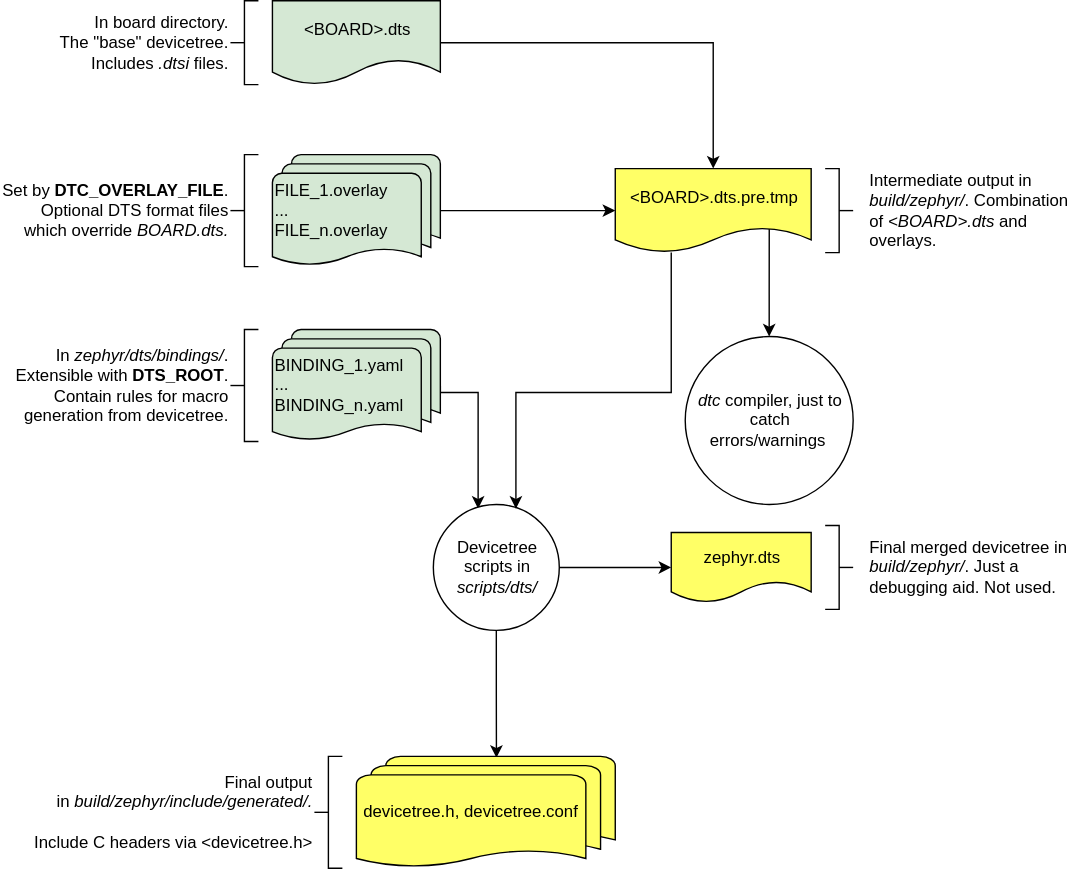
Before: doc/guides/dts/zephyr_dt_inputs_outputs.svg, a diagram exported from draw.io (phytec/zephyr-phytec). Source tidied: cells renumbered, new cells last; positions are measured from the earlier drawing's top-left corner, leaving out a move shared by most shapes. Its diagram source:
```xml
<mxGraphModel>
  <root>
    <mxCell id="0" />
    <mxCell id="1" parent="0" />
    <mxCell id="2" style="edgeStyle=orthogonalEdgeStyle;rounded=0;jettySize=auto;html=1;" parent="1" edge="1" source="3" target="20">
      <mxGeometry relative="1" as="geometry" />
    </mxCell>
    <mxCell id="3" value="&lt;div&gt;FILE_1.overlay&lt;/div&gt;&lt;div&gt;...&lt;/div&gt;&lt;div&gt;FILE_n.overlay&lt;br&gt;&lt;/div&gt;" style="strokeWidth=1;html=1;shape=mxgraph.flowchart.multi-document;whiteSpace=wrap;shadow=0;align=left;fillColor=#d5e8d4;strokeColor=#000000;" parent="1" vertex="1">
      <mxGeometry x="30" y="110" width="120" height="80" as="geometry" />
    </mxCell>
    <mxCell id="4" value="&lt;div&gt;Set by &lt;b&gt;DTC_OVERLAY_FILE&lt;/b&gt;.&lt;/div&gt;&lt;div&gt;Optional DTS format files&lt;/div&gt;&lt;div&gt;which override &lt;i&gt;BOARD.dts.&lt;/i&gt;&lt;br&gt;&lt;/div&gt;" style="strokeWidth=1;html=1;shape=mxgraph.flowchart.annotation_2;align=right;labelPosition=left;shadow=0;" parent="1" vertex="1">
      <mxGeometry y="110" width="20" height="80" as="geometry" />
    </mxCell>
    <mxCell id="5" value="&lt;div&gt;In  board directory.&lt;/div&gt;The &quot;base&quot; devicetree.&lt;div&gt;Includes &lt;i&gt;.dtsi&lt;/i&gt; files.&lt;br&gt;&lt;/div&gt;" style="strokeWidth=1;html=1;shape=mxgraph.flowchart.annotation_2;align=right;labelPosition=left;shadow=0;" parent="1" vertex="1">
      <mxGeometry width="20" height="60" as="geometry" />
    </mxCell>
    <mxCell id="6" style="edgeStyle=orthogonalEdgeStyle;rounded=0;jettySize=auto;html=1;entryX=0.5;entryY=0;entryDx=0;entryDy=0;" parent="1" edge="1" source="7" target="20">
      <mxGeometry relative="1" as="geometry" />
    </mxCell>
    <mxCell id="7" value="&amp;lt;BOARD&amp;gt;.dts" style="shape=document;whiteSpace=wrap;html=1;boundedLbl=1;shadow=0;strokeWidth=1;fillColor=#d5e8d4;strokeColor=#000000;" parent="1" vertex="1">
      <mxGeometry x="30" width="120" height="60" as="geometry" />
    </mxCell>
    <mxCell id="8" style="edgeStyle=orthogonalEdgeStyle;rounded=0;jettySize=auto;html=1;exitX=1;exitY=0.5;exitDx=0;exitDy=0;exitPerimeter=0;entryX=0.356;entryY=0.033;entryDx=0;entryDy=0;entryPerimeter=0;" parent="1" edge="1" source="9" target="13">
      <mxGeometry relative="1" as="geometry">
        <Array as="points">
          <mxPoint x="150" y="280" />
          <mxPoint x="177" y="280" />
        </Array>
      </mxGeometry>
    </mxCell>
    <mxCell id="9" value="&lt;div&gt;BINDING_1.yaml&lt;/div&gt;&lt;div&gt;...&lt;/div&gt;&lt;div&gt;BINDING_n.yaml&lt;br&gt;&lt;/div&gt;" style="strokeWidth=1;html=1;shape=mxgraph.flowchart.multi-document;whiteSpace=wrap;shadow=0;align=left;fillColor=#D5E8D4;strokeColor=#000000;" parent="1" vertex="1">
      <mxGeometry x="30" y="235" width="120" height="80" as="geometry" />
    </mxCell>
    <mxCell id="10" value="&lt;div&gt;In &lt;i&gt;zephyr/dts/bindings/&lt;/i&gt;.&lt;/div&gt;&lt;div&gt;Extensible with &lt;b&gt;DTS_ROOT&lt;/b&gt;.&lt;/div&gt;&lt;div&gt;Contain rules for macro&lt;/div&gt;&lt;div&gt;generation from devicetree.&lt;/div&gt;" style="strokeWidth=1;html=1;shape=mxgraph.flowchart.annotation_2;align=right;labelPosition=left;shadow=0;" parent="1" vertex="1">
      <mxGeometry y="235" width="20" height="80" as="geometry" />
    </mxCell>
    <mxCell id="11" style="edgeStyle=orthogonalEdgeStyle;rounded=0;jettySize=auto;html=1;" parent="1" edge="1" source="13" target="21">
      <mxGeometry relative="1" as="geometry" />
    </mxCell>
    <mxCell id="12" style="edgeStyle=orthogonalEdgeStyle;rounded=0;jettySize=auto;html=1;entryX=0.541;entryY=0.013;entryDx=0;entryDy=0;entryPerimeter=0;" parent="1" edge="1" source="13" target="17">
      <mxGeometry relative="1" as="geometry" />
    </mxCell>
    <mxCell id="13" value="&lt;div&gt;Devicetree scripts in &lt;i&gt;scripts/dts/&lt;/i&gt;&lt;/div&gt;" style="ellipse;whiteSpace=wrap;html=1;shadow=0;strokeWidth=1;align=center;" parent="1" vertex="1">
      <mxGeometry x="145" y="360" width="90" height="90" as="geometry" />
    </mxCell>
    <mxCell id="14" style="strokeWidth=1;html=1;shape=mxgraph.flowchart.annotation_2;align=left;labelPosition=right;shadow=0;direction=west;" parent="1" vertex="1">
      <mxGeometry x="425" y="120" width="20" height="60" as="geometry" />
    </mxCell>
    <mxCell id="15" value="&lt;div&gt;Intermediate output in &lt;i&gt;build/zephyr/&lt;/i&gt;.&amp;nbsp;Combination of &lt;i&gt;&amp;lt;BOARD&amp;gt;.dts&lt;/i&gt; and overlays.&lt;/div&gt;" style="text;html=1;strokeColor=none;fillColor=none;align=left;verticalAlign=middle;whiteSpace=wrap;rounded=0;shadow=0;" parent="1" vertex="1">
      <mxGeometry x="455" y="140" width="150" height="20" as="geometry" />
    </mxCell>
    <mxCell id="16" value="&lt;div&gt;Final output&lt;br&gt;&lt;/div&gt;&lt;div&gt;in &lt;i&gt;build/zephyr/include/generated/.&lt;/i&gt;&lt;/div&gt;&lt;div&gt;&lt;br&gt;&lt;/div&gt;&lt;div&gt;Include C headers via&amp;nbsp;&lt;span&gt;&amp;lt;devicetree.h&amp;gt;&lt;/span&gt;&lt;/div&gt;" style="strokeWidth=1;html=1;shape=mxgraph.flowchart.annotation_2;align=right;labelPosition=left;shadow=0;" parent="1" vertex="1">
      <mxGeometry x="60" y="540" width="20" height="80" as="geometry" />
    </mxCell>
    <mxCell id="17" value="&lt;div&gt;&amp;nbsp;devicetree.h, devicetree.conf&lt;/div&gt;" style="strokeWidth=1;html=1;shape=mxgraph.flowchart.multi-document;whiteSpace=wrap;shadow=0;align=left;fillColor=#FFFF66;strokeColor=#000000;" parent="1" vertex="1">
      <mxGeometry x="90" y="540" width="185" height="80" as="geometry" />
    </mxCell>
    <mxCell id="18" style="edgeStyle=orthogonalEdgeStyle;rounded=0;jettySize=auto;html=1;entryX=0.656;entryY=0.033;entryDx=0;entryDy=0;entryPerimeter=0;" parent="1" edge="1" source="20" target="13">
      <mxGeometry relative="1" as="geometry">
        <Array as="points">
          <mxPoint x="315" y="280" />
          <mxPoint x="204" y="280" />
        </Array>
      </mxGeometry>
    </mxCell>
    <mxCell id="19" style="edgeStyle=orthogonalEdgeStyle;rounded=0;jettySize=auto;html=1;entryX=0.5;entryY=0;entryDx=0;entryDy=0;exitX=0.786;exitY=0.717;exitDx=0;exitDy=0;exitPerimeter=0;" parent="1" edge="1" source="20" target="24">
      <mxGeometry relative="1" as="geometry" />
    </mxCell>
    <mxCell id="20" value="&lt;div&gt;&amp;lt;BOARD&amp;gt;.dts.pre.tmp&lt;br&gt;&lt;/div&gt;" style="shape=document;whiteSpace=wrap;html=1;boundedLbl=1;shadow=0;strokeWidth=1;labelBorderColor=none;labelBackgroundColor=none;fillColor=#FFFF66;" parent="1" vertex="1">
      <mxGeometry x="275" y="120" width="140" height="60" as="geometry" />
    </mxCell>
    <mxCell id="21" value="&lt;div&gt;zephyr.dts&lt;br&gt;&lt;/div&gt;" style="shape=document;whiteSpace=wrap;html=1;boundedLbl=1;shadow=0;strokeWidth=1;labelBorderColor=none;labelBackgroundColor=none;fillColor=#FFFF66;" parent="1" vertex="1">
      <mxGeometry x="315" y="380" width="100" height="50" as="geometry" />
    </mxCell>
    <mxCell id="22" style="strokeWidth=1;html=1;shape=mxgraph.flowchart.annotation_2;align=left;labelPosition=right;shadow=0;direction=west;" parent="1" vertex="1">
      <mxGeometry x="425" y="375" width="20" height="60" as="geometry" />
    </mxCell>
    <mxCell id="23" value="Final merged devicetree in&lt;br&gt;&lt;i&gt;build/zephyr/&lt;/i&gt;. Just a debugging aid. Not used." style="text;html=1;strokeColor=none;fillColor=none;align=left;verticalAlign=middle;whiteSpace=wrap;rounded=0;shadow=0;" parent="1" vertex="1">
      <mxGeometry x="455" y="395" width="150" height="20" as="geometry" />
    </mxCell>
    <mxCell id="24" value="&lt;div&gt;&lt;i&gt;dtc&lt;/i&gt;&amp;nbsp;compiler, just to catch errors/warnings&amp;nbsp;&lt;/div&gt;" style="ellipse;whiteSpace=wrap;html=1;shadow=0;strokeWidth=1;align=center;" parent="1" vertex="1">
      <mxGeometry x="325" y="240" width="120" height="120" as="geometry" />
    </mxCell>
  </root>
</mxGraphModel>
```
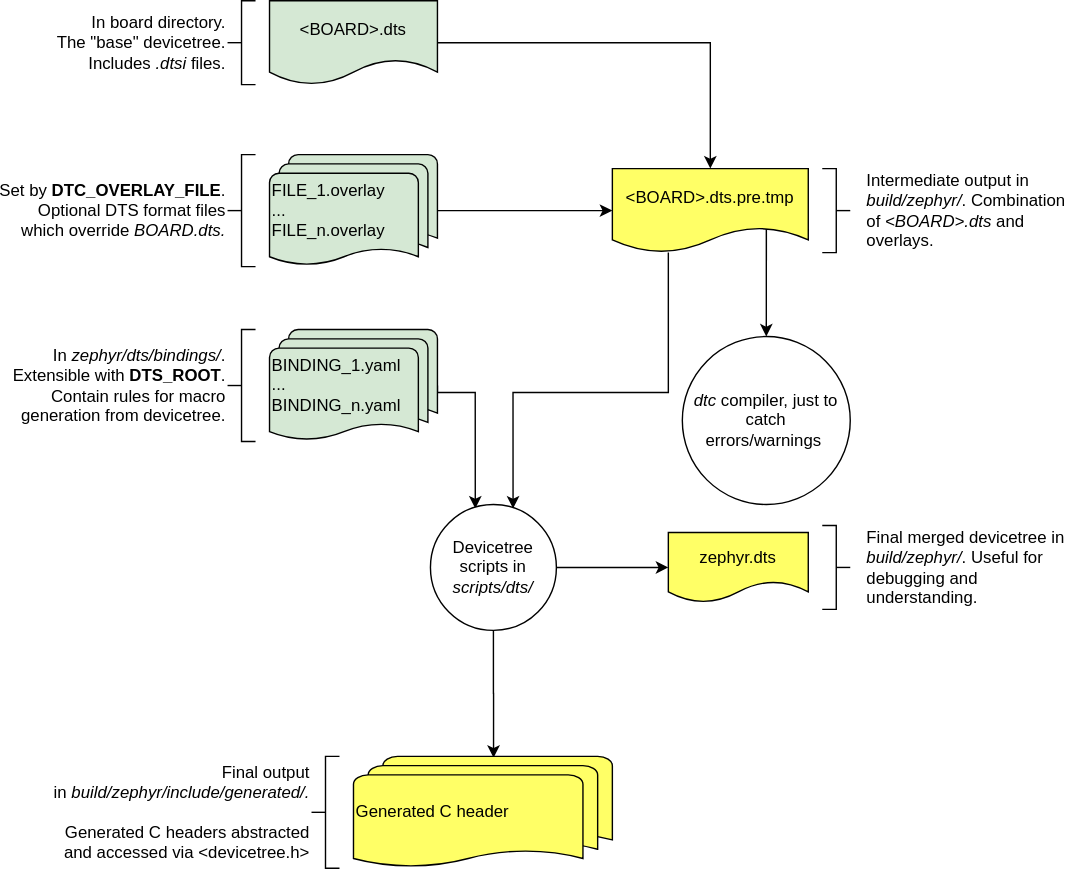
The same file after the commit.

Diff of the diagram source:
```diff
@@ -37,9 +37,9 @@
     <mxCell id="11" style="edgeStyle=orthogonalEdgeStyle;rounded=0;jettySize=auto;html=1;" parent="1" edge="1" source="13" target="21">
       <mxGeometry relative="1" as="geometry" />
     </mxCell>
-    <mxCell id="12" style="edgeStyle=orthogonalEdgeStyle;rounded=0;jettySize=auto;html=1;entryX=0.541;entryY=0.013;entryDx=0;entryDy=0;entryPerimeter=0;" parent="1" edge="1" source="13" target="17">
-      <mxGeometry relative="1" as="geometry" />
-    </mxCell>
+    <mxCell id="25" style="edgeStyle=orthogonalEdgeStyle;rounded=0;jettySize=auto;html=1;entryX=0.541;entryY=0.013;entryDx=0;entryDy=0;entryPerimeter=0;" parent="1" edge="1" source="13" target="27">
+      <mxGeometry relative="1" as="geometry" />
+    </mxCell>
     <mxCell id="13" value="&lt;div&gt;Devicetree scripts in &lt;i&gt;scripts/dts/&lt;/i&gt;&lt;/div&gt;" style="ellipse;whiteSpace=wrap;html=1;shadow=0;strokeWidth=1;align=center;" parent="1" vertex="1">
       <mxGeometry x="145" y="360" width="90" height="90" as="geometry" />
     </mxCell>
@@ -49,12 +49,12 @@
     <mxCell id="15" value="&lt;div&gt;Intermediate output in &lt;i&gt;build/zephyr/&lt;/i&gt;.&amp;nbsp;Combination of &lt;i&gt;&amp;lt;BOARD&amp;gt;.dts&lt;/i&gt; and overlays.&lt;/div&gt;" style="text;html=1;strokeColor=none;fillColor=none;align=left;verticalAlign=middle;whiteSpace=wrap;rounded=0;shadow=0;" parent="1" vertex="1">
       <mxGeometry x="455" y="140" width="150" height="20" as="geometry" />
     </mxCell>
-    <mxCell id="16" value="&lt;div&gt;Final output&lt;br&gt;&lt;/div&gt;&lt;div&gt;in &lt;i&gt;build/zephyr/include/generated/.&lt;/i&gt;&lt;/div&gt;&lt;div&gt;&lt;br&gt;&lt;/div&gt;&lt;div&gt;Include C headers via&amp;nbsp;&lt;span&gt;&amp;lt;devicetree.h&amp;gt;&lt;/span&gt;&lt;/div&gt;" style="strokeWidth=1;html=1;shape=mxgraph.flowchart.annotation_2;align=right;labelPosition=left;shadow=0;" parent="1" vertex="1">
-      <mxGeometry x="60" y="540" width="20" height="80" as="geometry" />
-    </mxCell>
-    <mxCell id="17" value="&lt;div&gt;&amp;nbsp;devicetree.h, devicetree.conf&lt;/div&gt;" style="strokeWidth=1;html=1;shape=mxgraph.flowchart.multi-document;whiteSpace=wrap;shadow=0;align=left;fillColor=#FFFF66;strokeColor=#000000;" parent="1" vertex="1">
-      <mxGeometry x="90" y="540" width="185" height="80" as="geometry" />
-    </mxCell>
+    <mxCell id="26" value="&lt;div&gt;Final output&lt;br&gt;&lt;/div&gt;&lt;div&gt;in &lt;i&gt;build/zephyr/include/generated/.&lt;/i&gt;&lt;/div&gt;&lt;div&gt;&lt;br&gt;&lt;/div&gt;&lt;div&gt;Generated C headers abstracted&lt;/div&gt;&lt;div&gt;and accessed via&amp;nbsp;&lt;span&gt;&amp;lt;devicetree.h&amp;gt;&lt;/span&gt;&lt;/div&gt;" style="strokeWidth=1;html=1;shape=mxgraph.flowchart.annotation_2;align=right;labelPosition=left;shadow=0;" parent="1" vertex="1">
+      <mxGeometry x="60" y="540" width="20" height="80" as="geometry" />
+    </mxCell>
+    <mxCell id="27" value="&lt;div align=&quot;center&quot;&gt;Generated C header&lt;/div&gt;" style="strokeWidth=1;html=1;shape=mxgraph.flowchart.multi-document;whiteSpace=wrap;shadow=0;align=left;fillColor=#FFFF66;strokeColor=#000000;" parent="1" vertex="1">
+      <mxGeometry x="90" y="540" width="185" height="80" as="geometry" />
+    </mxCell>
     <mxCell id="18" style="edgeStyle=orthogonalEdgeStyle;rounded=0;jettySize=auto;html=1;entryX=0.656;entryY=0.033;entryDx=0;entryDy=0;entryPerimeter=0;" parent="1" edge="1" source="20" target="13">
       <mxGeometry relative="1" as="geometry">
         <Array as="points">
@@ -75,9 +75,9 @@
     <mxCell id="22" style="strokeWidth=1;html=1;shape=mxgraph.flowchart.annotation_2;align=left;labelPosition=right;shadow=0;direction=west;" parent="1" vertex="1">
       <mxGeometry x="425" y="375" width="20" height="60" as="geometry" />
     </mxCell>
-    <mxCell id="23" value="Final merged devicetree in&lt;br&gt;&lt;i&gt;build/zephyr/&lt;/i&gt;. Just a debugging aid. Not used." style="text;html=1;strokeColor=none;fillColor=none;align=left;verticalAlign=middle;whiteSpace=wrap;rounded=0;shadow=0;" parent="1" vertex="1">
-      <mxGeometry x="455" y="395" width="150" height="20" as="geometry" />
-    </mxCell>
+    <mxCell id="28" value="Final merged devicetree in&lt;br&gt;&lt;i&gt;build/zephyr/&lt;/i&gt;. Useful for debugging and understanding." style="text;html=1;strokeColor=none;fillColor=none;align=left;verticalAlign=middle;whiteSpace=wrap;rounded=0;shadow=0;" parent="1" vertex="1">
+      <mxGeometry x="455" y="395" width="150" height="20" as="geometry" />
+    </mxCell>
     <mxCell id="24" value="&lt;div&gt;&lt;i&gt;dtc&lt;/i&gt;&amp;nbsp;compiler, just to catch errors/warnings&amp;nbsp;&lt;/div&gt;" style="ellipse;whiteSpace=wrap;html=1;shadow=0;strokeWidth=1;align=center;" parent="1" vertex="1">
       <mxGeometry x="325" y="240" width="120" height="120" as="geometry" />
     </mxCell>
```
